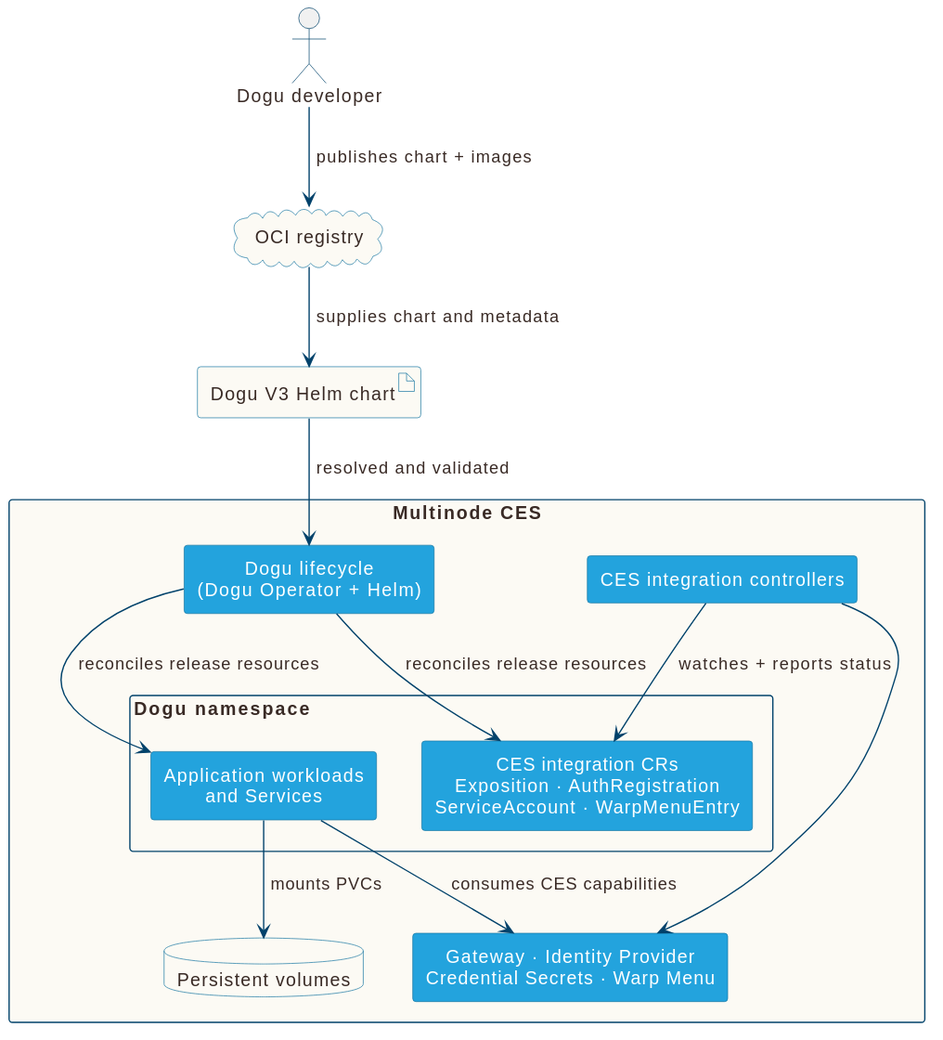
This is docs/v3/images/multinode-system-context.svg from cloudogu/dogu-development-docs, a PlantUML export, as it was before one commit.
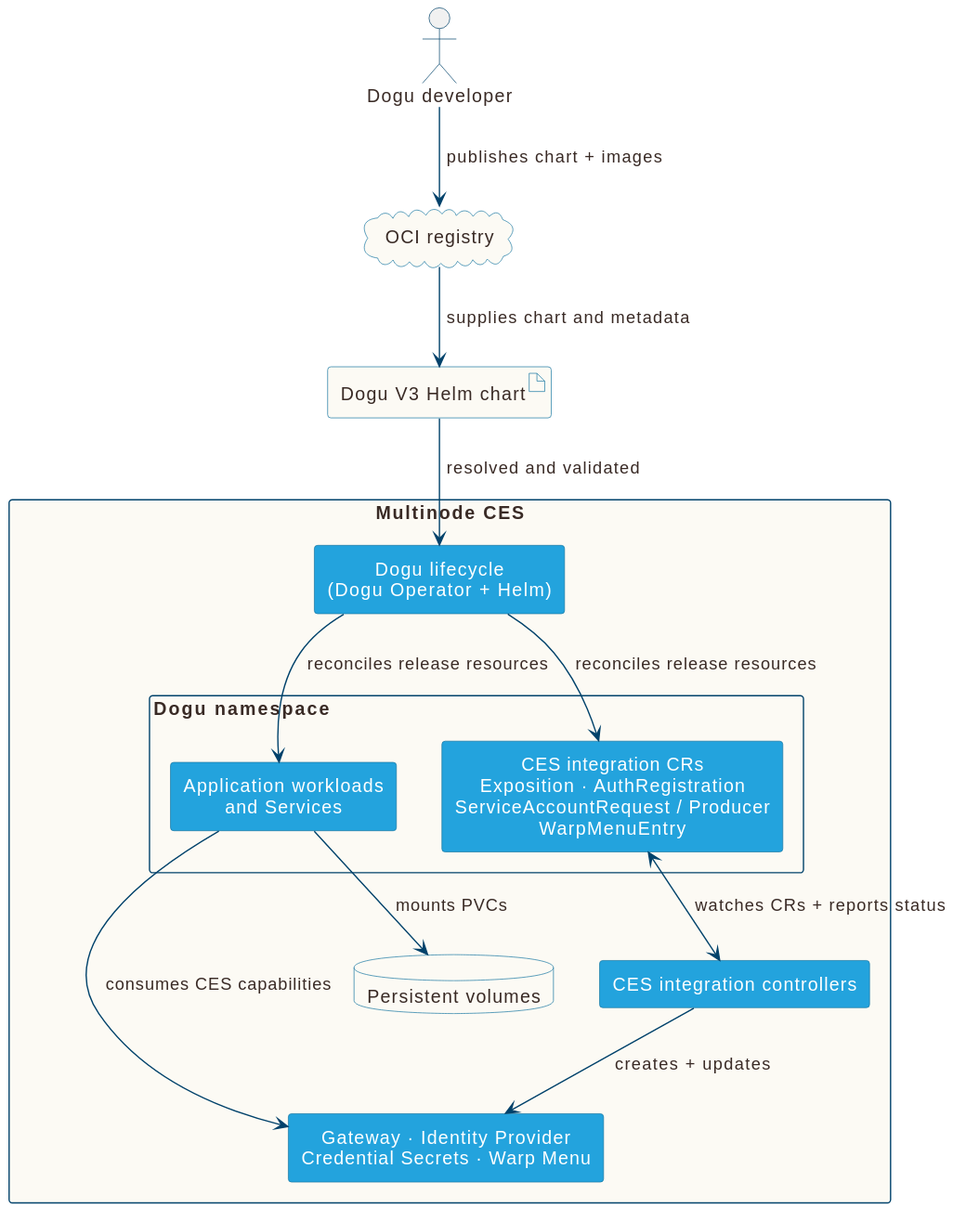
After the commit.

Change to the diagram source:
```diff
@@ -54,7 +54,7 @@
 
   rectangle "Dogu namespace" <<doguNamespace>> {
     component "Application workloads\nand Services" as workloads
-    component "CES integration CRs\nExposition · AuthRegistration\nServiceAccount · WarpMenuEntry" as crs
+    component "CES integration CRs\nExposition · AuthRegistration\nServiceAccountRequest / Producer\nWarpMenuEntry" as crs
   }
 
   component "CES integration controllers" as controllers
@@ -67,8 +67,8 @@
 chart --> lifecycle : &#160;resolved and validated
 lifecycle --> workloads : &#160;reconciles release resources
 lifecycle --> crs : &#160;reconciles release resources
-controllers --> crs : &#160;watches + reports status
-controllers --> services
+crs <--> controllers : &#160;watches CRs + reports status
+controllers --> services : &#160;creates + updates
 workloads --> storage : &#160;mounts PVCs
 workloads --> services : &#160;consumes CES capabilities
 @enduml
```
